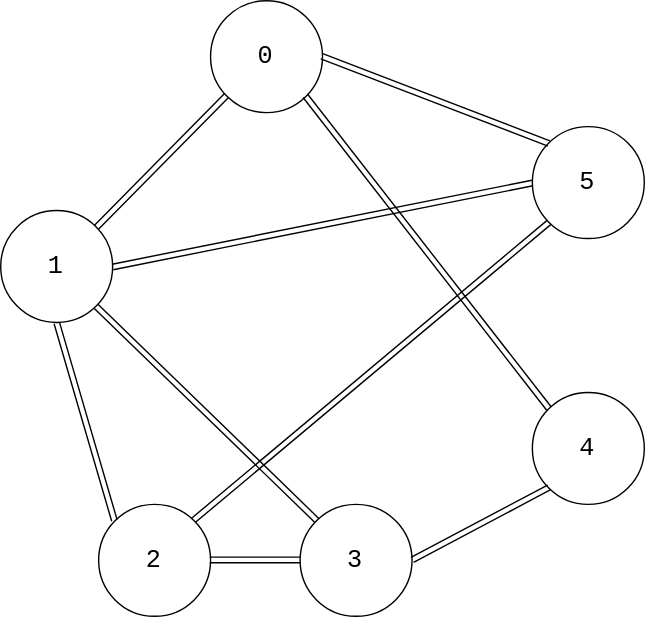
linrongbin16/way-to-algorithm keeps this draw.io diagram as docs/GraphTheory/Traverse/res/BreadthFirstSearch1.svg. Above is the earlier version. Source tidied: cells renumbered, new cells last; positions are measured from the earlier drawing's top-left corner, leaving out a move shared by most shapes.
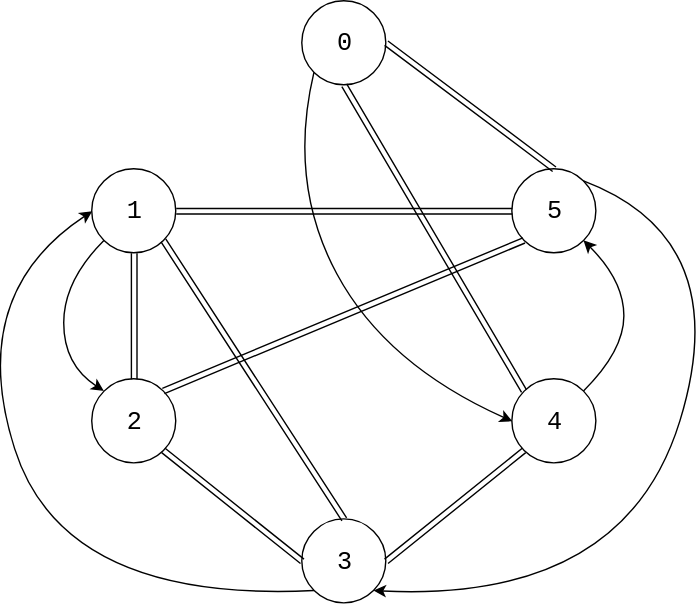
The same file after the commit.

What changed in the source:
```diff
@@ -3,52 +3,89 @@
     <mxCell id="0" />
     <mxCell id="1" parent="0" />
     <mxCell id="2" value="0" style="ellipse;whiteSpace=wrap;html=1;rounded=0;shadow=0;strokeColor=#000000;fillColor=#ffffff;gradientColor=none;fontFamily=Courier New;fontSize=18;" parent="1" vertex="1">
-      <mxGeometry x="150" width="80" height="80" as="geometry" />
+      <mxGeometry x="150" width="60" height="60" as="geometry" />
     </mxCell>
     <mxCell id="3" value="1" style="ellipse;whiteSpace=wrap;html=1;rounded=0;shadow=0;strokeColor=#000000;fillColor=#ffffff;gradientColor=none;fontFamily=Courier New;fontSize=18;" parent="1" vertex="1">
-      <mxGeometry y="150" width="80" height="80" as="geometry" />
+      <mxGeometry y="120" width="60" height="60" as="geometry" />
     </mxCell>
     <mxCell id="4" value="5" style="ellipse;whiteSpace=wrap;html=1;rounded=0;shadow=0;strokeColor=#000000;fillColor=#ffffff;gradientColor=none;fontFamily=Courier New;fontSize=18;" parent="1" vertex="1">
-      <mxGeometry x="380" y="90" width="80" height="80" as="geometry" />
+      <mxGeometry x="300" y="120" width="60" height="60" as="geometry" />
     </mxCell>
     <mxCell id="5" value="3" style="ellipse;whiteSpace=wrap;html=1;rounded=0;shadow=0;strokeColor=#000000;fillColor=#ffffff;gradientColor=none;fontFamily=Courier New;fontSize=18;" parent="1" vertex="1">
-      <mxGeometry x="214" y="360" width="80" height="80" as="geometry" />
+      <mxGeometry x="150" y="370" width="60" height="60" as="geometry" />
     </mxCell>
     <mxCell id="6" value="2" style="ellipse;whiteSpace=wrap;html=1;rounded=0;shadow=0;strokeColor=#000000;fillColor=#ffffff;gradientColor=none;fontFamily=Courier New;fontSize=18;" parent="1" vertex="1">
-      <mxGeometry x="70" y="360" width="80" height="80" as="geometry" />
+      <mxGeometry y="270" width="60" height="60" as="geometry" />
     </mxCell>
     <mxCell id="7" value="4" style="ellipse;whiteSpace=wrap;html=1;rounded=0;shadow=0;strokeColor=#000000;fillColor=#ffffff;gradientColor=none;fontFamily=Courier New;fontSize=18;" parent="1" vertex="1">
-      <mxGeometry x="380" y="280" width="80" height="80" as="geometry" />
+      <mxGeometry x="300" y="270" width="60" height="60" as="geometry" />
     </mxCell>
-    <mxCell id="8" style="endArrow=classic;html=1;fontFamily=Courier New;fontSize=18;exitX=0;exitY=1;entryX=1;entryY=0;shape=link;" parent="1" edge="1" source="2" target="3">
+    <mxCell id="8" style="endArrow=classic;html=1;fontFamily=Courier New;fontSize=18;exitX=1;exitY=0.5;entryX=0.5;entryY=0;shape=link;" parent="1" edge="1" source="2" target="4">
       <mxGeometry relative="1" as="geometry" />
     </mxCell>
-    <mxCell id="9" style="endArrow=classic;html=1;fontFamily=Courier New;fontSize=18;exitX=1;exitY=0.5;entryX=0;entryY=0;shape=link;" parent="1" edge="1" source="2" target="4">
+    <mxCell id="9" style="endArrow=classic;html=1;fontFamily=Courier New;fontSize=18;exitX=0.5;exitY=1;entryX=0.5;entryY=0;shape=link;" parent="1" edge="1" source="3" target="6">
       <mxGeometry relative="1" as="geometry" />
     </mxCell>
-    <mxCell id="10" style="endArrow=classic;html=1;fontFamily=Courier New;fontSize=18;exitX=0.5;exitY=1;entryX=0;entryY=0;shape=link;" parent="1" edge="1" source="3" target="6">
+    <mxCell id="10" style="edgeStyle=orthogonalEdgeStyle;rounded=0;html=1;exitX=0;exitY=0.5;entryX=0;entryY=0.5;jettySize=auto;orthogonalLoop=1;fontFamily=Courier New;fontSize=18;" parent="1" edge="1" source="5" target="5">
       <mxGeometry relative="1" as="geometry" />
     </mxCell>
-    <mxCell id="11" style="edgeStyle=orthogonalEdgeStyle;rounded=0;html=1;exitX=0;exitY=0.5;entryX=0;entryY=0.5;jettySize=auto;orthogonalLoop=1;fontFamily=Courier New;fontSize=18;" parent="1" edge="1" source="5" target="5">
+    <mxCell id="11" style="endArrow=classic;html=1;fontFamily=Courier New;fontSize=18;exitX=1;exitY=1;entryX=0;entryY=0.5;shape=link;" parent="1" edge="1" source="6" target="5">
       <mxGeometry relative="1" as="geometry" />
     </mxCell>
-    <mxCell id="12" style="endArrow=classic;html=1;fontFamily=Courier New;fontSize=18;exitX=1;exitY=0.5;entryX=0;entryY=0.5;shape=link;" parent="1" edge="1" source="6" target="5">
+    <mxCell id="12" style="endArrow=classic;html=1;fontFamily=Courier New;fontSize=18;entryX=0;entryY=1;exitX=1;exitY=0.5;shape=link;" parent="1" edge="1" source="5" target="7">
       <mxGeometry relative="1" as="geometry" />
     </mxCell>
-    <mxCell id="13" style="endArrow=classic;html=1;fontFamily=Courier New;fontSize=18;entryX=0;entryY=1;exitX=1;exitY=0.5;shape=link;" parent="1" edge="1" source="5" target="7">
+    <mxCell id="13" style="endArrow=classic;html=1;fontFamily=Courier New;fontSize=18;exitX=0.5;exitY=1;entryX=0;entryY=0;shape=link;" parent="1" edge="1" source="2" target="7">
       <mxGeometry relative="1" as="geometry" />
     </mxCell>
-    <mxCell id="14" style="endArrow=classic;html=1;fontFamily=Courier New;fontSize=18;exitX=1;exitY=1;entryX=0;entryY=0;shape=link;" parent="1" edge="1" source="2" target="7">
+    <mxCell id="14" style="endArrow=classic;html=1;fontFamily=Courier New;fontSize=18;exitX=1;exitY=0.5;entryX=0;entryY=0.5;shape=link;" parent="1" edge="1" source="3" target="4">
       <mxGeometry relative="1" as="geometry" />
     </mxCell>
-    <mxCell id="15" style="endArrow=classic;html=1;fontFamily=Courier New;fontSize=18;exitX=1;exitY=0.5;entryX=0;entryY=0.5;shape=link;" parent="1" edge="1" source="3" target="4">
+    <mxCell id="15" style="endArrow=classic;html=1;fontFamily=Courier New;fontSize=18;exitX=1;exitY=1;entryX=0.5;entryY=0;shape=link;" parent="1" edge="1" source="3" target="5">
       <mxGeometry relative="1" as="geometry" />
     </mxCell>
-    <mxCell id="16" style="endArrow=classic;html=1;fontFamily=Courier New;fontSize=18;exitX=1;exitY=1;entryX=0;entryY=0;shape=link;" parent="1" edge="1" source="3" target="5">
+    <mxCell id="16" style="endArrow=classic;html=1;fontFamily=Courier New;fontSize=18;exitX=1;exitY=0;entryX=0;entryY=1;shape=link;" parent="1" edge="1" source="6" target="4">
       <mxGeometry relative="1" as="geometry" />
     </mxCell>
-    <mxCell id="17" style="endArrow=classic;html=1;fontFamily=Courier New;fontSize=18;exitX=1;exitY=0;entryX=0;entryY=1;shape=link;" parent="1" edge="1" source="6" target="4">
-      <mxGeometry relative="1" as="geometry" />
+    <mxCell id="17" style="curved=1;endArrow=classic;html=1;fontFamily=Courier New;fontSize=18;exitX=0;exitY=1;entryX=0;entryY=0.5;" parent="1" edge="1" source="2" target="7">
+      <mxGeometry relative="1" as="geometry">
+        <Array as="points">
+          <mxPoint x="140" y="130" />
+          <mxPoint x="210" y="260" />
+        </Array>
+      </mxGeometry>
     </mxCell>
+    <mxCell id="18" style="curved=1;endArrow=classic;html=1;fontFamily=Courier New;fontSize=18;exitX=1;exitY=0;entryX=1;entryY=1;" parent="1" edge="1" source="7" target="4">
+      <mxGeometry relative="1" as="geometry">
+        <Array as="points">
+          <mxPoint x="380" y="250" />
+          <mxPoint x="380" y="200" />
+        </Array>
+      </mxGeometry>
+    </mxCell>
+    <mxCell id="19" style="curved=1;endArrow=classic;html=1;fontFamily=Courier New;fontSize=18;exitX=1;exitY=0;entryX=1;entryY=1;" parent="1" edge="1" source="4" target="5">
+      <mxGeometry relative="1" as="geometry">
+        <Array as="points">
+          <mxPoint x="460" y="170" />
+          <mxPoint x="380" y="430" />
+        </Array>
+      </mxGeometry>
+    </mxCell>
+    <mxCell id="20" style="curved=1;endArrow=classic;html=1;fontFamily=Courier New;fontSize=18;exitX=0;exitY=1;entryX=0;entryY=0.5;" parent="1" edge="1" source="5" target="3">
+      <mxGeometry relative="1" as="geometry">
+        <Array as="points">
+          <mxPoint x="-20" y="430" />
+          <mxPoint x="-90" y="210" />
+        </Array>
+      </mxGeometry>
+    </mxCell>
+    <mxCell id="21" style="curved=1;endArrow=classic;html=1;fontFamily=Courier New;fontSize=18;exitX=0;exitY=1;entryX=0;entryY=0;" parent="1" edge="1" source="3" target="6">
+      <mxGeometry relative="1" as="geometry">
+        <Array as="points">
+          <mxPoint x="-20" y="200" />
+          <mxPoint x="-20" y="260" />
+        </Array>
+      </mxGeometry>
+    </mxCell>
   </root>
 </mxGraphModel>
```
